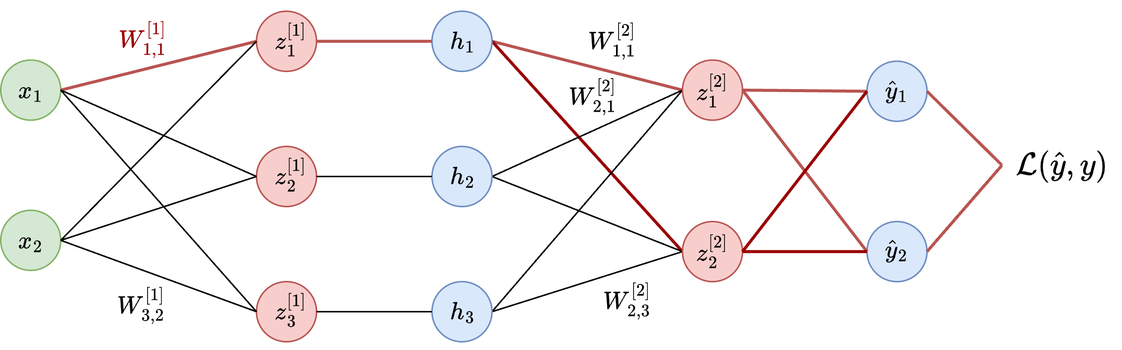
The draw.io diagram my-website/content/posts/mnist_nn/images/full_network_highlighted.png in jordancoblin/jordancoblin.github.io, before a commit. Source tidied: cells renumbered, new cells last; positions are measured from the earlier drawing's top-left corner, leaving out a move shared by most shapes.
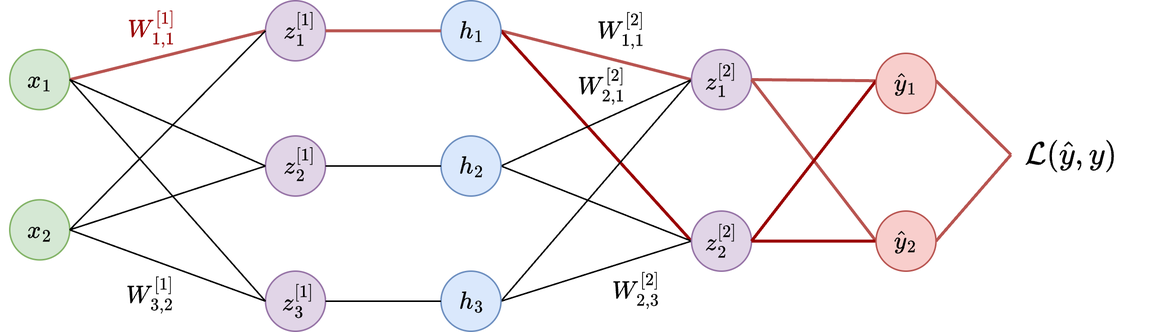
The same file after the commit.

Change to the diagram source:
```diff
@@ -26,7 +26,7 @@
     <mxCell id="9" value="$$h_1$$" style="text;html=1;align=center;verticalAlign=middle;whiteSpace=wrap;rounded=0;fontStyle=0;fontSize=14;" parent="1" vertex="1">
       <mxGeometry x="292.5" y="8.8" width="30" height="22.5" as="geometry" />
     </mxCell>
-    <mxCell id="10" style="ellipse;whiteSpace=wrap;html=1;fillColor=#f8cecc;strokeColor=#b85450;" parent="1" vertex="1">
+    <mxCell id="10" style="ellipse;whiteSpace=wrap;html=1;fillColor=#e1d5e7;strokeColor=#9673a6;" parent="1" vertex="1">
       <mxGeometry x="454.5" y="32.5" width="40" height="40" as="geometry" />
     </mxCell>
     <mxCell id="11" value="$$z^{[2]}_1$$" style="text;html=1;align=center;verticalAlign=middle;whiteSpace=wrap;rounded=0;fontStyle=0;fontSize=14;" parent="1" vertex="1">
@@ -38,10 +38,10 @@
     <mxCell id="13" value="$$h_2$$" style="text;html=1;align=center;verticalAlign=middle;whiteSpace=wrap;rounded=0;fontStyle=0;fontSize=14;" parent="1" vertex="1">
       <mxGeometry x="292.5" y="100" width="30" height="20" as="geometry" />
     </mxCell>
-    <mxCell id="14" style="ellipse;whiteSpace=wrap;html=1;fillColor=#f8cecc;strokeColor=#b85450;" parent="1" vertex="1">
+    <mxCell id="14" style="ellipse;whiteSpace=wrap;html=1;fillColor=#e1d5e7;strokeColor=#9673a6;" parent="1" vertex="1">
       <mxGeometry x="454.5" y="140" width="40" height="40" as="geometry" />
     </mxCell>
-    <mxCell id="15" value="$$z^{[2]}_2$$" style="text;html=1;align=center;verticalAlign=middle;whiteSpace=wrap;rounded=0;fontStyle=0;fontSize=14;" parent="1" vertex="1">
+    <mxCell id="15" value="$$z^{[2]}_2$$" style="text;html=1;align=center;verticalAlign=middle;whiteSpace=wrap;rounded=0;fontStyle=0;fontSize=14;fillColor=none;strokeColor=none;" parent="1" vertex="1">
       <mxGeometry x="459.5" y="147.5" width="30" height="25" as="geometry" />
     </mxCell>
     <mxCell id="16" style="ellipse;whiteSpace=wrap;html=1;fillColor=#dae8fc;strokeColor=#6c8ebf;" parent="1" vertex="1">
@@ -50,38 +50,25 @@
     <mxCell id="17" value="$$h_3$$" style="text;html=1;align=center;verticalAlign=middle;whiteSpace=wrap;rounded=0;fontStyle=0;fontSize=14;" parent="1" vertex="1">
       <mxGeometry x="292.5" y="187.5" width="30" height="25" as="geometry" />
     </mxCell>
-    <mxCell id="18" style="group;" parent="1" vertex="1">
-      <mxGeometry x="577.5" y="33.2" width="40" height="40" as="geometry" />
-    </mxCell>
-    <mxCell id="19" style="ellipse;whiteSpace=wrap;html=1;fillColor=#dae8fc;strokeColor=#6c8ebf;" parent="18" vertex="1">
-      <mxGeometry width="40" height="40" as="geometry" />
-    </mxCell>
-    <mxCell id="20" value="$$\hat{y}_1$$" style="text;html=1;align=center;verticalAlign=middle;whiteSpace=wrap;rounded=0;fontStyle=0;fontSize=14;" parent="18" vertex="1">
-      <mxGeometry x="5" y="8.8" width="30" height="22.5" as="geometry" />
-    </mxCell>
-    <mxCell id="21" style="group;" parent="1" vertex="1">
-      <mxGeometry x="577.5" y="140" width="40" height="40" as="geometry" />
-    </mxCell>
-    <mxCell id="22" style="group;" parent="21" vertex="1">
-      <mxGeometry width="40" height="40" as="geometry" />
-    </mxCell>
-    <mxCell id="23" style="ellipse;whiteSpace=wrap;html=1;fillColor=#dae8fc;strokeColor=#6c8ebf;" parent="22" vertex="1">
-      <mxGeometry width="40" height="40" as="geometry" />
-    </mxCell>
-    <mxCell id="24" value="$$\hat{y}_2$$" style="text;html=1;align=center;verticalAlign=middle;whiteSpace=wrap;rounded=0;fontStyle=0;fontSize=14;" parent="21" vertex="1">
-      <mxGeometry x="5" y="8.8" width="30" height="21.2" as="geometry" />
-    </mxCell>
-    <mxCell id="25" style="endArrow=none;html=1;rounded=0;exitX=1;exitY=0.5;exitDx=0;exitDy=0;entryX=0;entryY=0.5;entryDx=0;entryDy=0;fillColor=#f8cecc;strokeColor=#b85450;strokeWidth=2;" parent="1" edge="1" source="10" target="19">
-      <mxGeometry relative="1" as="geometry" />
+    <mxCell id="25" style="endArrow=none;html=1;rounded=0;exitX=1;exitY=0.5;exitDx=0;exitDy=0;entryX=0;entryY=0.5;entryDx=0;entryDy=0;fillColor=#f8cecc;strokeColor=#b85450;strokeWidth=2;" parent="1" edge="1" source="10">
+      <mxGeometry relative="1" as="geometry">
+        <mxPoint x="577.5" y="53.2" as="targetPoint" />
+      </mxGeometry>
     </mxCell>
-    <mxCell id="26" style="endArrow=none;html=1;rounded=0;exitX=1;exitY=0.5;exitDx=0;exitDy=0;entryX=0;entryY=0.5;entryDx=0;entryDy=0;fillColor=#f8cecc;strokeColor=#b85450;strokeWidth=2;" parent="1" edge="1" source="10" target="23">
-      <mxGeometry relative="1" as="geometry" />
+    <mxCell id="26" style="endArrow=none;html=1;rounded=0;exitX=1;exitY=0.5;exitDx=0;exitDy=0;entryX=0;entryY=0.5;entryDx=0;entryDy=0;fillColor=#f8cecc;strokeColor=#b85450;strokeWidth=2;" parent="1" edge="1" source="10">
+      <mxGeometry relative="1" as="geometry">
+        <mxPoint x="577.5" y="160" as="targetPoint" />
+      </mxGeometry>
     </mxCell>
-    <mxCell id="27" style="endArrow=none;html=1;rounded=0;exitX=1;exitY=0.5;exitDx=0;exitDy=0;entryX=0;entryY=0.5;entryDx=0;entryDy=0;strokeColor=#990000;strokeWidth=2;" parent="1" edge="1" source="14" target="19">
-      <mxGeometry relative="1" as="geometry" />
+    <mxCell id="27" style="endArrow=none;html=1;rounded=0;exitX=1;exitY=0.5;exitDx=0;exitDy=0;entryX=0;entryY=0.5;entryDx=0;entryDy=0;strokeColor=#990000;strokeWidth=2;" parent="1" edge="1" source="14">
+      <mxGeometry relative="1" as="geometry">
+        <mxPoint x="577.5" y="53.2" as="targetPoint" />
+      </mxGeometry>
     </mxCell>
-    <mxCell id="28" style="endArrow=none;html=1;rounded=0;exitX=1;exitY=0.5;exitDx=0;exitDy=0;entryX=0;entryY=0.5;entryDx=0;entryDy=0;strokeColor=#990000;strokeWidth=2;" parent="1" edge="1" source="14" target="23">
-      <mxGeometry relative="1" as="geometry" />
+    <mxCell id="28" style="endArrow=none;html=1;rounded=0;exitX=1;exitY=0.5;exitDx=0;exitDy=0;entryX=0;entryY=0.5;entryDx=0;entryDy=0;strokeColor=#990000;strokeWidth=2;" parent="1" edge="1" source="14">
+      <mxGeometry relative="1" as="geometry">
+        <mxPoint x="577.5" y="160" as="targetPoint" />
+      </mxGeometry>
     </mxCell>
     <mxCell id="29" value="$$\mathcal{L}(\hat{y}, y)$$" style="text;html=1;align=center;verticalAlign=middle;whiteSpace=wrap;rounded=0;fontSize=18;" parent="1" vertex="1">
       <mxGeometry x="667.5" y="75" width="80" height="55" as="geometry" />
@@ -95,23 +82,23 @@
     <mxCell id="32" value="$$W^{[2]}_{2,3}$$" style="text;html=1;align=center;verticalAlign=middle;whiteSpace=wrap;rounded=0;fontSize=14;" parent="1" vertex="1">
       <mxGeometry x="387.5" y="178" width="60" height="30" as="geometry" />
     </mxCell>
-    <mxCell id="33" style="ellipse;whiteSpace=wrap;html=1;fillColor=#f8cecc;strokeColor=#b85450;" parent="1" vertex="1">
+    <mxCell id="33" style="ellipse;whiteSpace=wrap;html=1;fillColor=#e1d5e7;strokeColor=#9673a6;" parent="1" vertex="1">
       <mxGeometry x="170.5" width="40" height="40" as="geometry" />
     </mxCell>
     <mxCell id="34" value="$$z_1^{[1]}$$" style="text;html=1;align=center;verticalAlign=middle;whiteSpace=wrap;rounded=0;fontStyle=0;fontSize=14;" parent="1" vertex="1">
       <mxGeometry x="180.5" y="9.8" width="25" height="19.2" as="geometry" />
     </mxCell>
-    <mxCell id="35" style="ellipse;whiteSpace=wrap;html=1;fillColor=#f8cecc;strokeColor=#b85450;" parent="1" vertex="1">
+    <mxCell id="35" style="ellipse;whiteSpace=wrap;html=1;fillColor=#e1d5e7;strokeColor=#9673a6;" parent="1" vertex="1">
       <mxGeometry x="170.5" y="90" width="40" height="40" as="geometry" />
     </mxCell>
     <mxCell id="36" value="$$z_2^{[1]}$$" style="text;html=1;align=center;verticalAlign=middle;whiteSpace=wrap;rounded=0;fontStyle=0;fontSize=14;" parent="1" vertex="1">
       <mxGeometry x="180.5" y="99.8" width="25" height="19.2" as="geometry" />
     </mxCell>
-    <mxCell id="37" style="ellipse;whiteSpace=wrap;html=1;fillColor=#f8cecc;strokeColor=#b85450;" parent="1" vertex="1">
+    <mxCell id="37" style="ellipse;whiteSpace=wrap;html=1;fillColor=#e1d5e7;strokeColor=#9673a6;" parent="1" vertex="1">
       <mxGeometry x="170.5" y="180" width="40" height="40" as="geometry" />
     </mxCell>
     <mxCell id="38" value="$$z_3^{[1]}$$" style="text;html=1;align=center;verticalAlign=middle;whiteSpace=wrap;rounded=0;fontStyle=0;fontSize=14;" parent="1" vertex="1">
-      <mxGeometry x="180.5" y="189.8" width="25" height="19.2" as="geometry" />
+      <mxGeometry x="180" y="190" width="25.5" height="19" as="geometry" />
     </mxCell>
     <mxCell id="39" style="endArrow=none;html=1;rounded=0;exitX=1;exitY=0.5;exitDx=0;exitDy=0;entryX=0;entryY=0.5;entryDx=0;entryDy=0;endFill=0;fillColor=#f8cecc;strokeColor=#b85450;strokeWidth=2;" parent="1" edge="1" source="33" target="8">
       <mxGeometry relative="1" as="geometry" />
@@ -122,11 +109,15 @@
     <mxCell id="41" style="endArrow=none;html=1;rounded=0;exitX=1;exitY=0.5;exitDx=0;exitDy=0;entryX=0;entryY=0.5;entryDx=0;entryDy=0;endFill=0;" parent="1" edge="1" source="37" target="16">
       <mxGeometry relative="1" as="geometry" />
     </mxCell>
-    <mxCell id="42" style="endArrow=none;html=1;rounded=0;exitX=1;exitY=0.5;exitDx=0;exitDy=0;entryX=0;entryY=0.5;entryDx=0;entryDy=0;fillColor=#f8cecc;strokeColor=#b85450;strokeWidth=2;" parent="1" edge="1" source="19" target="29">
-      <mxGeometry relative="1" as="geometry" />
+    <mxCell id="42" style="endArrow=none;html=1;rounded=0;exitX=1;exitY=0.5;exitDx=0;exitDy=0;entryX=0;entryY=0.5;entryDx=0;entryDy=0;fillColor=#f8cecc;strokeColor=#b85450;strokeWidth=2;" parent="1" edge="1" target="29">
+      <mxGeometry relative="1" as="geometry">
+        <mxPoint x="617.5" y="53.2" as="sourcePoint" />
+      </mxGeometry>
     </mxCell>
-    <mxCell id="43" style="endArrow=none;html=1;rounded=0;exitX=1;exitY=0.5;exitDx=0;exitDy=0;entryX=0;entryY=0.5;entryDx=0;entryDy=0;fillColor=#f8cecc;strokeColor=#b85450;strokeWidth=2;" parent="1" edge="1" source="23" target="29">
-      <mxGeometry relative="1" as="geometry" />
+    <mxCell id="43" style="endArrow=none;html=1;rounded=0;exitX=1;exitY=0.5;exitDx=0;exitDy=0;entryX=0;entryY=0.5;entryDx=0;entryDy=0;fillColor=#f8cecc;strokeColor=#b85450;strokeWidth=2;" parent="1" edge="1" target="29">
+      <mxGeometry relative="1" as="geometry">
+        <mxPoint x="617.5" y="160" as="sourcePoint" />
+      </mxGeometry>
     </mxCell>
     <mxCell id="44" style="ellipse;whiteSpace=wrap;html=1;fillColor=#d5e8d4;strokeColor=#82b366;" parent="1" vertex="1">
       <mxGeometry y="32.5" width="40" height="40" as="geometry" />
@@ -164,5 +155,17 @@
     <mxCell id="55" value="$$W^{[1]}_{3,2}$$" style="text;html=1;align=center;verticalAlign=middle;whiteSpace=wrap;rounded=0;fontSize=14;" parent="1" vertex="1">
       <mxGeometry x="63.5" y="181.4" width="60" height="30" as="geometry" />
     </mxCell>
+    <mxCell id="56" style="ellipse;whiteSpace=wrap;html=1;fillColor=#f8cecc;strokeColor=#b85450;" parent="1" vertex="1">
+      <mxGeometry x="577.5" y="35" width="40" height="40" as="geometry" />
+    </mxCell>
+    <mxCell id="20" value="$$\hat{y}_1$$" style="text;html=1;align=center;verticalAlign=middle;whiteSpace=wrap;rounded=0;fontStyle=0;fontSize=14;" parent="1" vertex="1">
+      <mxGeometry x="582.5" y="46.2" width="30" height="17.5" as="geometry" />
+    </mxCell>
+    <mxCell id="57" style="ellipse;whiteSpace=wrap;html=1;fillColor=#f8cecc;strokeColor=#b85450;" parent="1" vertex="1">
+      <mxGeometry x="577.5" y="140" width="40" height="40" as="geometry" />
+    </mxCell>
+    <mxCell id="24" value="$$\hat{y}_2$$" style="text;html=1;align=center;verticalAlign=middle;whiteSpace=wrap;rounded=0;fontStyle=0;fontSize=14;" parent="1" vertex="1">
+      <mxGeometry x="582.5" y="151.2" width="30" height="17.5" as="geometry" />
+    </mxCell>
   </root>
 </mxGraphModel>
```
